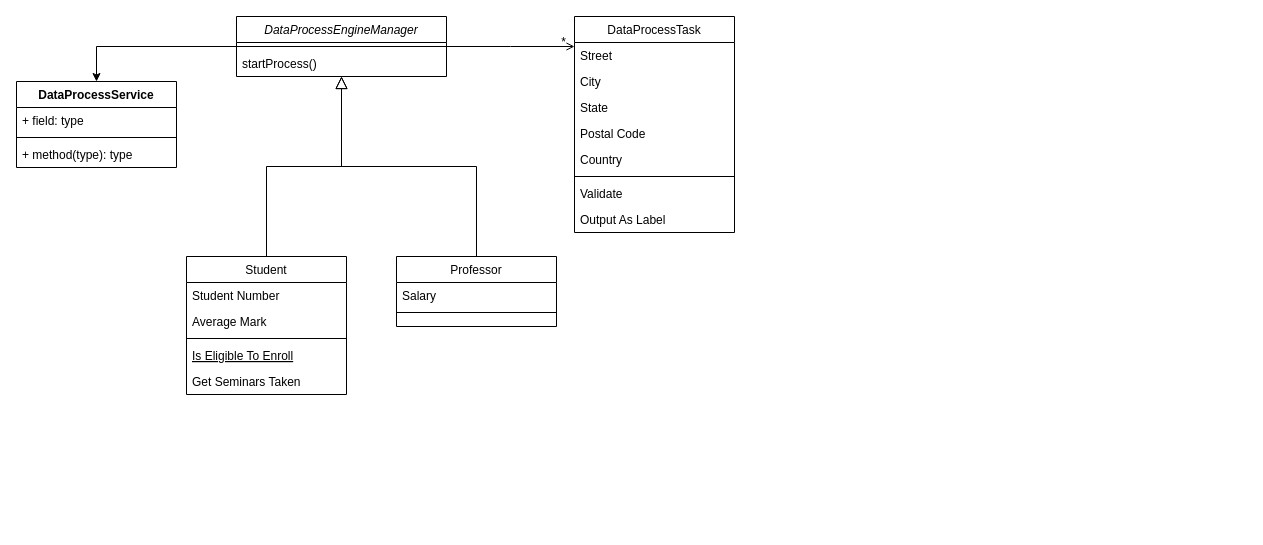
Before: DMS.drawio in tianch731/DMS, a draw.io diagram. Source tidied: cells renumbered, new cells numbered last; positions are measured from the earlier drawing's top-left corner, leaving out a move shared by most shapes. Both pictures are drawn from the tidied source at 100%, with x=0, y=0 at pixel (16, 16).
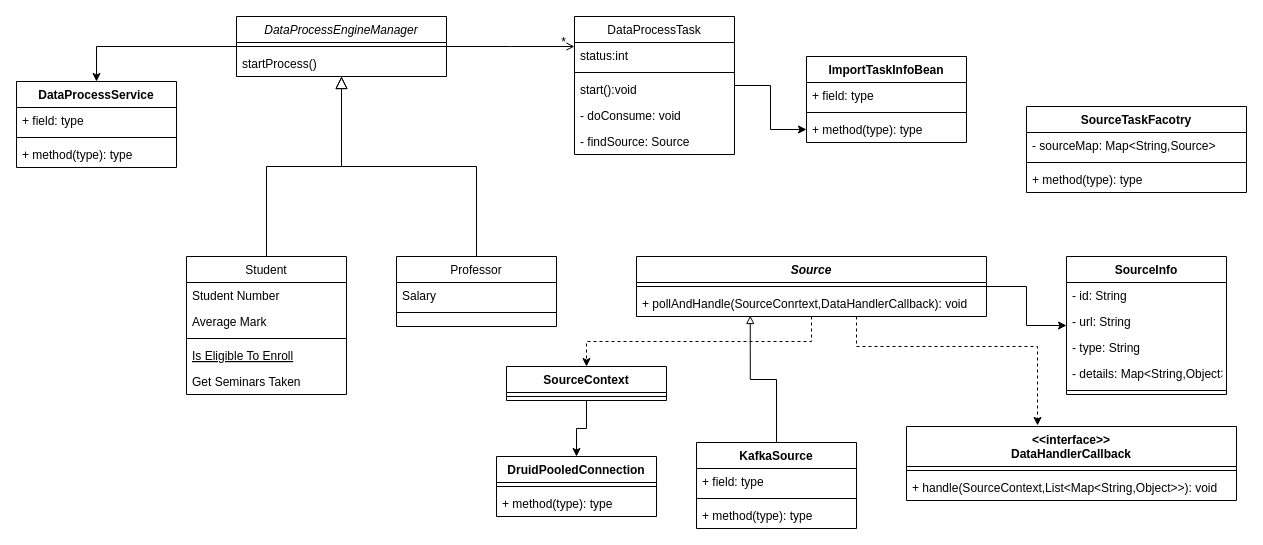
Above is the later version.

Diff of the diagram source:
```diff
@@
+    <mxCell id="33" style="edgeStyle=orthogonalEdgeStyle;rounded=0;jettySize=auto;html=1;" parent="1" edge="1" source="17" target="39">
+      <mxGeometry relative="1" as="geometry" />
+    </mxCell>
     <mxCell id="17" value="DataProcessTask" style="swimlane;fontStyle=0;align=center;verticalAlign=top;horizontal=1;startSize=26;rounded=0;shadow=0;strokeWidth=1;" parent="1" vertex="1">
-      <mxGeometry x="558" width="160" height="216" as="geometry" />
+      <mxGeometry x="558" width="160" height="138" as="geometry" />
     </mxCell>
-    <mxCell id="18" value="Street" style="text;align=left;verticalAlign=top;spacingLeft=4;spacingRight=4;overflow=hidden;" parent="17" vertex="1">
+    <mxCell id="18" value="status:int" style="text;align=left;verticalAlign=top;spacingLeft=4;spacingRight=4;overflow=hidden;" parent="17" vertex="1">
       <mxGeometry y="26" width="160" height="26" as="geometry" />
     </mxCell>
-    <mxCell id="19" value="City" style="text;align=left;verticalAlign=top;spacingLeft=4;spacingRight=4;overflow=hidden;rounded=0;shadow=0;html=0;" parent="17" vertex="1">
-      <mxGeometry y="52" width="160" height="26" as="geometry" />
-    </mxCell>
-    <mxCell id="20" value="State" style="text;align=left;verticalAlign=top;spacingLeft=4;spacingRight=4;overflow=hidden;rounded=0;shadow=0;html=0;" parent="17" vertex="1">
-      <mxGeometry y="78" width="160" height="26" as="geometry" />
-    </mxCell>
-    <mxCell id="21" value="Postal Code" style="text;align=left;verticalAlign=top;spacingLeft=4;spacingRight=4;overflow=hidden;rounded=0;shadow=0;html=0;" parent="17" vertex="1">
-      <mxGeometry y="104" width="160" height="26" as="geometry" />
-    </mxCell>
-    <mxCell id="22" value="Country" style="text;align=left;verticalAlign=top;spacingLeft=4;spacingRight=4;overflow=hidden;rounded=0;shadow=0;html=0;" parent="17" vertex="1">
-      <mxGeometry y="130" width="160" height="26" as="geometry" />
-    </mxCell>
     <mxCell id="23" style="line;html=1;strokeWidth=1;align=left;verticalAlign=middle;spacingTop=-1;spacingLeft=3;spacingRight=3;labelPosition=right;" parent="17" vertex="1">
-      <mxGeometry y="156" width="160" height="8" as="geometry" />
+      <mxGeometry y="52" width="160" height="8" as="geometry" />
     </mxCell>
-    <mxCell id="24" value="Validate" style="text;align=left;verticalAlign=top;spacingLeft=4;spacingRight=4;overflow=hidden;" parent="17" vertex="1">
-      <mxGeometry y="164" width="160" height="26" as="geometry" />
+    <mxCell id="24" value="start():void" style="text;align=left;verticalAlign=top;spacingLeft=4;spacingRight=4;overflow=hidden;" parent="17" vertex="1">
+      <mxGeometry y="60" width="160" height="26" as="geometry" />
     </mxCell>
-    <mxCell id="25" value="Output As Label" style="text;align=left;verticalAlign=top;spacingLeft=4;spacingRight=4;overflow=hidden;" parent="17" vertex="1">
-      <mxGeometry y="190" width="160" height="26" as="geometry" />
-    </mxCell>
+    <mxCell id="34" value="- doConsume: void" style="text;strokeColor=none;fillColor=none;align=left;verticalAlign=top;spacingLeft=4;spacingRight=4;overflow=hidden;" parent="17" vertex="1">
+      <mxGeometry y="86" width="160" height="26" as="geometry" />
+    </mxCell>
+    <mxCell id="35" value="- findSource: Source" style="text;strokeColor=none;fillColor=none;align=left;verticalAlign=top;spacingLeft=4;spacingRight=4;overflow=hidden;" parent="17" vertex="1">
+      <mxGeometry y="112" width="160" height="26" as="geometry" />
+    </mxCell>
@@
+    <mxCell id="36" value="ImportTaskInfoBean" style="swimlane;fontStyle=1;align=center;verticalAlign=top;horizontal=1;startSize=26;" parent="1" vertex="1">
+      <mxGeometry x="790" y="40" width="160" height="86" as="geometry" />
+    </mxCell>
+    <mxCell id="37" value="+ field: type" style="text;strokeColor=none;fillColor=none;align=left;verticalAlign=top;spacingLeft=4;spacingRight=4;overflow=hidden;" parent="36" vertex="1">
+      <mxGeometry y="26" width="160" height="26" as="geometry" />
+    </mxCell>
+    <mxCell id="38" style="line;strokeWidth=1;fillColor=none;align=left;verticalAlign=middle;spacingTop=-1;spacingLeft=3;spacingRight=3;labelPosition=right;" parent="36" vertex="1">
+      <mxGeometry y="52" width="160" height="8" as="geometry" />
+    </mxCell>
+    <mxCell id="39" value="+ method(type): type" style="text;strokeColor=none;fillColor=none;align=left;verticalAlign=top;spacingLeft=4;spacingRight=4;overflow=hidden;points=[[0,0.5],[1,0.5]];portConstraint=eastwest;" parent="36" vertex="1">
+      <mxGeometry y="60" width="160" height="26" as="geometry" />
+    </mxCell>
+    <mxCell id="40" style="edgeStyle=orthogonalEdgeStyle;rounded=0;jettySize=auto;html=1;" parent="1" edge="1" source="43" target="46">
+      <mxGeometry relative="1" as="geometry" />
+    </mxCell>
+    <mxCell id="41" style="edgeStyle=orthogonalEdgeStyle;rounded=0;jettySize=auto;html=1;entryX=0.397;entryY=-0.014;entryDx=0;entryDy=0;entryPerimeter=0;dashed=1;" parent="1" edge="1" source="43" target="55">
+      <mxGeometry relative="1" as="geometry">
+        <Array as="points">
+          <mxPoint x="840" y="330" />
+          <mxPoint x="1021" y="330" />
+        </Array>
+      </mxGeometry>
+    </mxCell>
+    <mxCell id="42" style="edgeStyle=orthogonalEdgeStyle;rounded=0;jettySize=auto;html=1;dashed=1;" parent="1" edge="1" source="43" target="53">
+      <mxGeometry relative="1" as="geometry" />
+    </mxCell>
+    <mxCell id="43" value="Source" style="swimlane;fontStyle=3;align=center;verticalAlign=top;horizontal=1;startSize=26;" parent="1" vertex="1">
+      <mxGeometry x="620" y="240" width="350" height="60" as="geometry" />
+    </mxCell>
+    <mxCell id="44" style="line;strokeWidth=1;fillColor=none;align=left;verticalAlign=middle;spacingTop=-1;spacingLeft=3;spacingRight=3;labelPosition=right;" parent="43" vertex="1">
+      <mxGeometry y="26" width="350" height="8" as="geometry" />
+    </mxCell>
+    <mxCell id="45" value="+ pollAndHandle(SourceConrtext,DataHandlerCallback): void" style="text;strokeColor=none;fillColor=none;align=left;verticalAlign=top;spacingLeft=4;spacingRight=4;overflow=hidden;points=[[0,0.5],[1,0.5]];portConstraint=eastwest;" parent="43" vertex="1">
+      <mxGeometry y="34" width="350" height="26" as="geometry" />
+    </mxCell>
+    <mxCell id="46" value="SourceInfo" style="swimlane;fontStyle=1;align=center;verticalAlign=top;horizontal=1;startSize=26;" parent="1" vertex="1">
+      <mxGeometry x="1050" y="240" width="160" height="138" as="geometry" />
+    </mxCell>
+    <mxCell id="47" value="- id: String" style="text;strokeColor=none;fillColor=none;align=left;verticalAlign=top;spacingLeft=4;spacingRight=4;overflow=hidden;" parent="46" vertex="1">
+      <mxGeometry y="26" width="160" height="26" as="geometry" />
+    </mxCell>
+    <mxCell id="48" value="- url: String" style="text;strokeColor=none;fillColor=none;align=left;verticalAlign=top;spacingLeft=4;spacingRight=4;overflow=hidden;" parent="46" vertex="1">
+      <mxGeometry y="52" width="160" height="26" as="geometry" />
+    </mxCell>
+    <mxCell id="49" value="- type: String" style="text;strokeColor=none;fillColor=none;align=left;verticalAlign=top;spacingLeft=4;spacingRight=4;overflow=hidden;" parent="46" vertex="1">
+      <mxGeometry y="78" width="160" height="26" as="geometry" />
+    </mxCell>
+    <mxCell id="50" value="- details: Map&lt;String,Object&gt;" style="text;strokeColor=none;fillColor=none;align=left;verticalAlign=top;spacingLeft=4;spacingRight=4;overflow=hidden;" parent="46" vertex="1">
+      <mxGeometry y="104" width="160" height="26" as="geometry" />
+    </mxCell>
+    <mxCell id="51" style="line;strokeWidth=1;fillColor=none;align=left;verticalAlign=middle;spacingTop=-1;spacingLeft=3;spacingRight=3;labelPosition=right;" parent="46" vertex="1">
+      <mxGeometry y="130" width="160" height="8" as="geometry" />
+    </mxCell>
+    <mxCell id="52" style="edgeStyle=orthogonalEdgeStyle;rounded=0;jettySize=auto;html=1;" parent="1" edge="1" source="53" target="58">
+      <mxGeometry relative="1" as="geometry" />
+    </mxCell>
+    <mxCell id="53" value="SourceContext" style="swimlane;fontStyle=1;align=center;verticalAlign=top;horizontal=1;startSize=26;" parent="1" vertex="1">
+      <mxGeometry x="490" y="350" width="160" height="34" as="geometry" />
+    </mxCell>
+    <mxCell id="54" style="line;strokeWidth=1;fillColor=none;align=left;verticalAlign=middle;spacingTop=-1;spacingLeft=3;spacingRight=3;labelPosition=right;" parent="53" vertex="1">
+      <mxGeometry y="26" width="160" height="8" as="geometry" />
+    </mxCell>
+    <mxCell id="55" value="&lt;&lt;interface&gt;&gt;&#10;DataHandlerCallback" style="swimlane;fontStyle=1;align=center;verticalAlign=top;horizontal=1;startSize=40;" parent="1" vertex="1">
+      <mxGeometry x="890" y="410" width="330" height="74" as="geometry" />
+    </mxCell>
+    <mxCell id="56" style="line;strokeWidth=1;fillColor=none;align=left;verticalAlign=middle;spacingTop=-1;spacingLeft=3;spacingRight=3;labelPosition=right;" parent="55" vertex="1">
+      <mxGeometry y="40" width="330" height="8" as="geometry" />
+    </mxCell>
+    <mxCell id="57" value="+ handle(SourceContext,List&lt;Map&lt;String,Object&gt;&gt;): void" style="text;strokeColor=none;fillColor=none;align=left;verticalAlign=top;spacingLeft=4;spacingRight=4;overflow=hidden;" parent="55" vertex="1">
+      <mxGeometry y="48" width="330" height="26" as="geometry" />
+    </mxCell>
+    <mxCell id="58" value="DruidPooledConnection" style="swimlane;fontStyle=1;align=center;verticalAlign=top;horizontal=1;startSize=26;html=0;" parent="1" vertex="1">
+      <mxGeometry x="480" y="440" width="160" height="60" as="geometry" />
+    </mxCell>
+    <mxCell id="59" style="line;strokeWidth=1;fillColor=none;align=left;verticalAlign=middle;spacingTop=-1;spacingLeft=3;spacingRight=3;labelPosition=right;" parent="58" vertex="1">
+      <mxGeometry y="26" width="160" height="8" as="geometry" />
+    </mxCell>
+    <mxCell id="60" value="+ method(type): type" style="text;strokeColor=none;fillColor=none;align=left;verticalAlign=top;spacingLeft=4;spacingRight=4;overflow=hidden;" parent="58" vertex="1">
+      <mxGeometry y="34" width="160" height="26" as="geometry" />
+    </mxCell>
+    <mxCell id="61" style="edgeStyle=orthogonalEdgeStyle;rounded=0;jettySize=auto;html=1;entryX=0.325;entryY=0.962;entryDx=0;entryDy=0;entryPerimeter=0;endArrow=block;endFill=0;" parent="1" edge="1" source="62" target="45">
+      <mxGeometry relative="1" as="geometry" />
+    </mxCell>
+    <mxCell id="62" value="KafkaSource" style="swimlane;fontStyle=1;align=center;verticalAlign=top;horizontal=1;startSize=26;html=0;" parent="1" vertex="1">
+      <mxGeometry x="680" y="426" width="160" height="86" as="geometry" />
+    </mxCell>
+    <mxCell id="63" value="+ field: type" style="text;strokeColor=none;fillColor=none;align=left;verticalAlign=top;spacingLeft=4;spacingRight=4;overflow=hidden;" parent="62" vertex="1">
+      <mxGeometry y="26" width="160" height="26" as="geometry" />
+    </mxCell>
+    <mxCell id="64" style="line;strokeWidth=1;fillColor=none;align=left;verticalAlign=middle;spacingTop=-1;spacingLeft=3;spacingRight=3;labelPosition=right;" parent="62" vertex="1">
+      <mxGeometry y="52" width="160" height="8" as="geometry" />
+    </mxCell>
+    <mxCell id="65" value="+ method(type): type" style="text;strokeColor=none;fillColor=none;align=left;verticalAlign=top;spacingLeft=4;spacingRight=4;overflow=hidden;" parent="62" vertex="1">
+      <mxGeometry y="60" width="160" height="26" as="geometry" />
+    </mxCell>
+    <mxCell id="66" value="SourceTaskFacotry" style="swimlane;fontStyle=1;align=center;verticalAlign=top;horizontal=1;startSize=26;html=0;" parent="1" vertex="1">
+      <mxGeometry x="1010" y="90" width="220" height="86" as="geometry" />
+    </mxCell>
+    <mxCell id="67" value="- sourceMap: Map&lt;String,Source&gt;" style="text;strokeColor=none;fillColor=none;align=left;verticalAlign=top;spacingLeft=4;spacingRight=4;overflow=hidden;" parent="66" vertex="1">
+      <mxGeometry y="26" width="220" height="26" as="geometry" />
+    </mxCell>
+    <mxCell id="68" style="line;strokeWidth=1;fillColor=none;align=left;verticalAlign=middle;spacingTop=-1;spacingLeft=3;spacingRight=3;labelPosition=right;" parent="66" vertex="1">
+      <mxGeometry y="52" width="220" height="8" as="geometry" />
+    </mxCell>
+    <mxCell id="69" value="+ method(type): type" style="text;strokeColor=none;fillColor=none;align=left;verticalAlign=top;spacingLeft=4;spacingRight=4;overflow=hidden;" parent="66" vertex="1">
+      <mxGeometry y="60" width="220" height="26" as="geometry" />
+    </mxCell>
```
